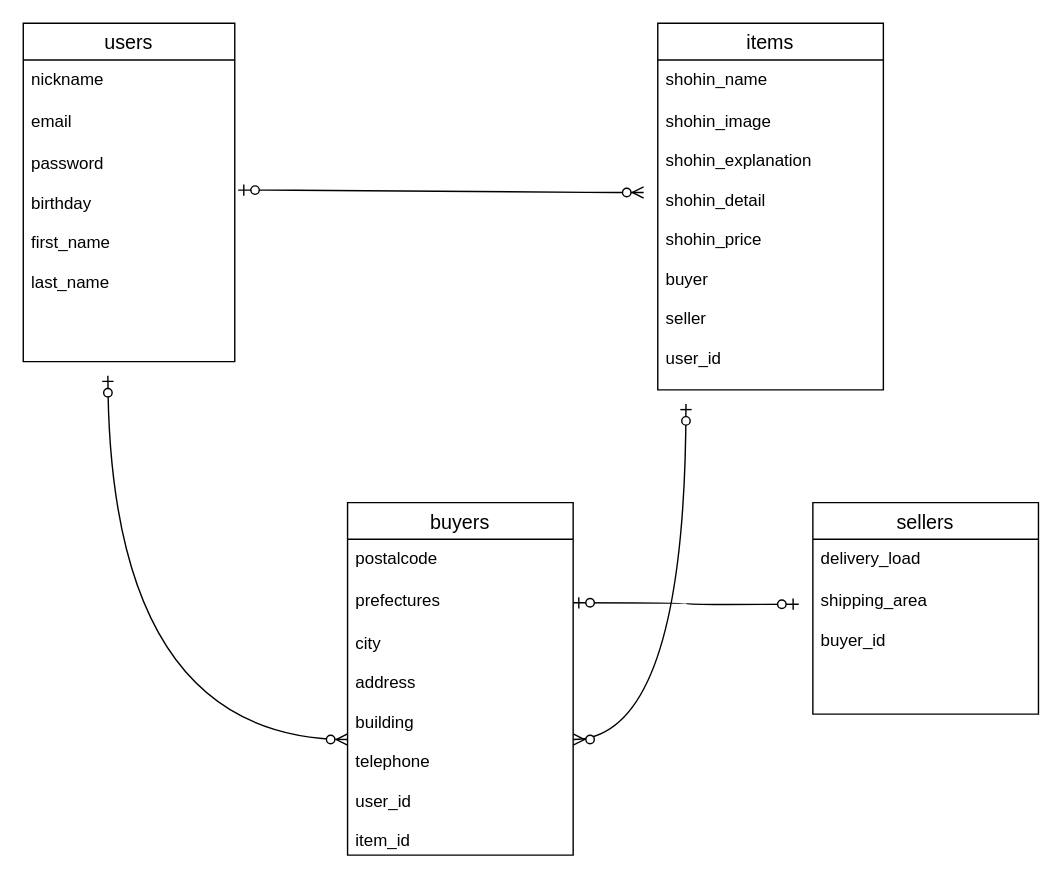
shota-nakamoto/furima-36234 keeps this draw.io diagram as furima.dio. Above is the earlier version. Source tidied: cells renumbered, new cells numbered last; positions are measured from the earlier drawing's top-left corner, leaving out a move shared by most shapes. Both pictures are drawn from the tidied source at 141%, with x=0, y=0 at pixel (23, 23).
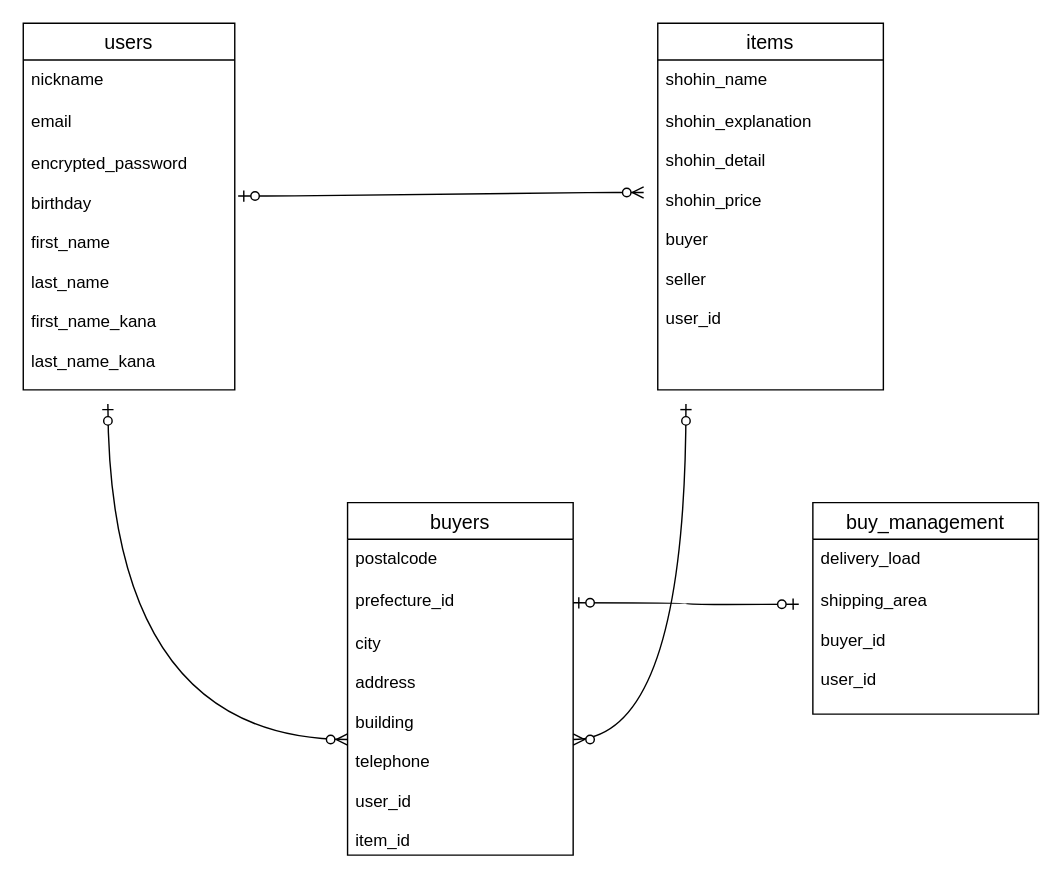
The same diagram, later.

Unchanged cells that the change refers to:
```xml
<mxCell id="6" value="items" style="swimlane;fontStyle=0;horizontal=1;startSize=26;align=center;fontSize=14;" parent="1" vertex="1">
  <mxGeometry x="450" width="160" height="260" as="geometry" />
</mxCell>
<mxCell id="9" value="buyers" style="swimlane;fontStyle=0;horizontal=1;startSize=26;align=center;fontSize=14;" parent="1" vertex="1">
  <mxGeometry x="230" y="340" width="160" height="250" as="geometry" />
</mxCell>
<mxCell id="12" value="city&#10;&#10;address&#10;&#10;building&#10;&#10;telephone&#10;&#10;user_id&#10;&#10;item_id" style="text;strokeColor=none;fillColor=none;spacingLeft=4;spacingRight=4;overflow=hidden;points=[[0,0.5],[1,0.5]];portConstraint=eastwest;fontSize=12;" parent="9" vertex="1">
  <mxGeometry y="86" width="160" height="164" as="geometry" />
</mxCell>
```

The edit, as a diff of the source:
```diff
@@
     <mxCell id="2" value="users" style="swimlane;fontStyle=0;horizontal=1;startSize=26;align=center;fontSize=14;" parent="1" vertex="1">
-      <mxGeometry width="150" height="240" as="geometry" />
+      <mxGeometry width="150" height="260" as="geometry" />
     </mxCell>
@@
-    <mxCell id="5" value="password&#10;&#10;birthday&#10;&#10;first_name&#10;&#10;last_name&#10;" style="text;strokeColor=none;fillColor=none;spacingLeft=4;spacingRight=4;overflow=hidden;points=[[0,0.5],[1,0.5]];portConstraint=eastwest;fontSize=12;" parent="2" vertex="1">
-      <mxGeometry y="86" width="150" height="154" as="geometry" />
+    <mxCell id="5" value="encrypted_password&#10;&#10;birthday&#10;&#10;first_name&#10;&#10;last_name&#10;&#10;first_name_kana&#10;&#10;last_name_kana&#10;" style="text;strokeColor=none;fillColor=none;spacingLeft=4;spacingRight=4;overflow=hidden;points=[[0,0.5],[1,0.5]];portConstraint=eastwest;fontSize=12;" parent="2" vertex="1">
+      <mxGeometry y="86" width="150" height="174" as="geometry" />
     </mxCell>
@@
-    <mxCell id="8" value="shohin_image&#10;&#10;shohin_explanation&#10;&#10;shohin_detail&#10;&#10;shohin_price&#10;&#10;buyer&#10;&#10;seller&#10;&#10;user_id" style="text;strokeColor=none;fillColor=none;spacingLeft=4;spacingRight=4;overflow=hidden;fontSize=12;" parent="6" vertex="1">
+    <mxCell id="8" value="shohin_explanation&#10;&#10;shohin_detail&#10;&#10;shohin_price&#10;&#10;buyer&#10;&#10;seller&#10;&#10;user_id" style="text;strokeColor=none;fillColor=none;spacingLeft=4;spacingRight=4;overflow=hidden;fontSize=12;" parent="6" vertex="1">
       <mxGeometry y="56" width="160" height="204" as="geometry" />
     </mxCell>
@@
-    <mxCell id="11" value="prefectures&#10;&#10;" style="text;strokeColor=none;fillColor=none;spacingLeft=4;spacingRight=4;overflow=hidden;points=[[0,0.5],[1,0.5]];portConstraint=eastwest;fontSize=12;" parent="9" vertex="1">
+    <mxCell id="11" value="prefecture_id&#10;&#10;" style="text;strokeColor=none;fillColor=none;spacingLeft=4;spacingRight=4;overflow=hidden;points=[[0,0.5],[1,0.5]];portConstraint=eastwest;fontSize=12;" parent="9" vertex="1">
       <mxGeometry y="56" width="160" height="30" as="geometry" />
     </mxCell>
@@
-    <mxCell id="13" value="sellers" style="swimlane;fontStyle=0;horizontal=1;startSize=26;align=center;fontSize=14;" parent="1" vertex="1">
+    <mxCell id="13" value="buy_management" style="swimlane;fontStyle=0;horizontal=1;startSize=26;align=center;fontSize=14;" parent="1" vertex="1">
       <mxGeometry x="560" y="340" width="160" height="150" as="geometry" />
     </mxCell>
@@
-    <mxCell id="15" value="shipping_area&#10;&#10;buyer_id" style="text;strokeColor=none;fillColor=none;spacingLeft=4;spacingRight=4;overflow=hidden;fontSize=12;" parent="13" vertex="1">
+    <mxCell id="15" value="shipping_area&#10;&#10;buyer_id&#10;&#10;user_id" style="text;strokeColor=none;fillColor=none;spacingLeft=4;spacingRight=4;overflow=hidden;fontSize=12;" parent="13" vertex="1">
       <mxGeometry y="56" width="160" height="94" as="geometry" />
     </mxCell>
@@
     <mxCell id="18" style="edgeStyle=orthogonalEdgeStyle;curved=1;rounded=0;jettySize=auto;html=1;exitX=0;exitY=0.5;exitDx=0;exitDy=0;startArrow=ERzeroToMany;startFill=1;endArrow=ERzeroToOne;endFill=1;" parent="1" edge="1" source="12">
       <mxGeometry relative="1" as="geometry">
-        <mxPoint x="60" y="250" as="targetPoint" />
+        <mxPoint x="60" y="270" as="targetPoint" />
       </mxGeometry>
     </mxCell>
```
